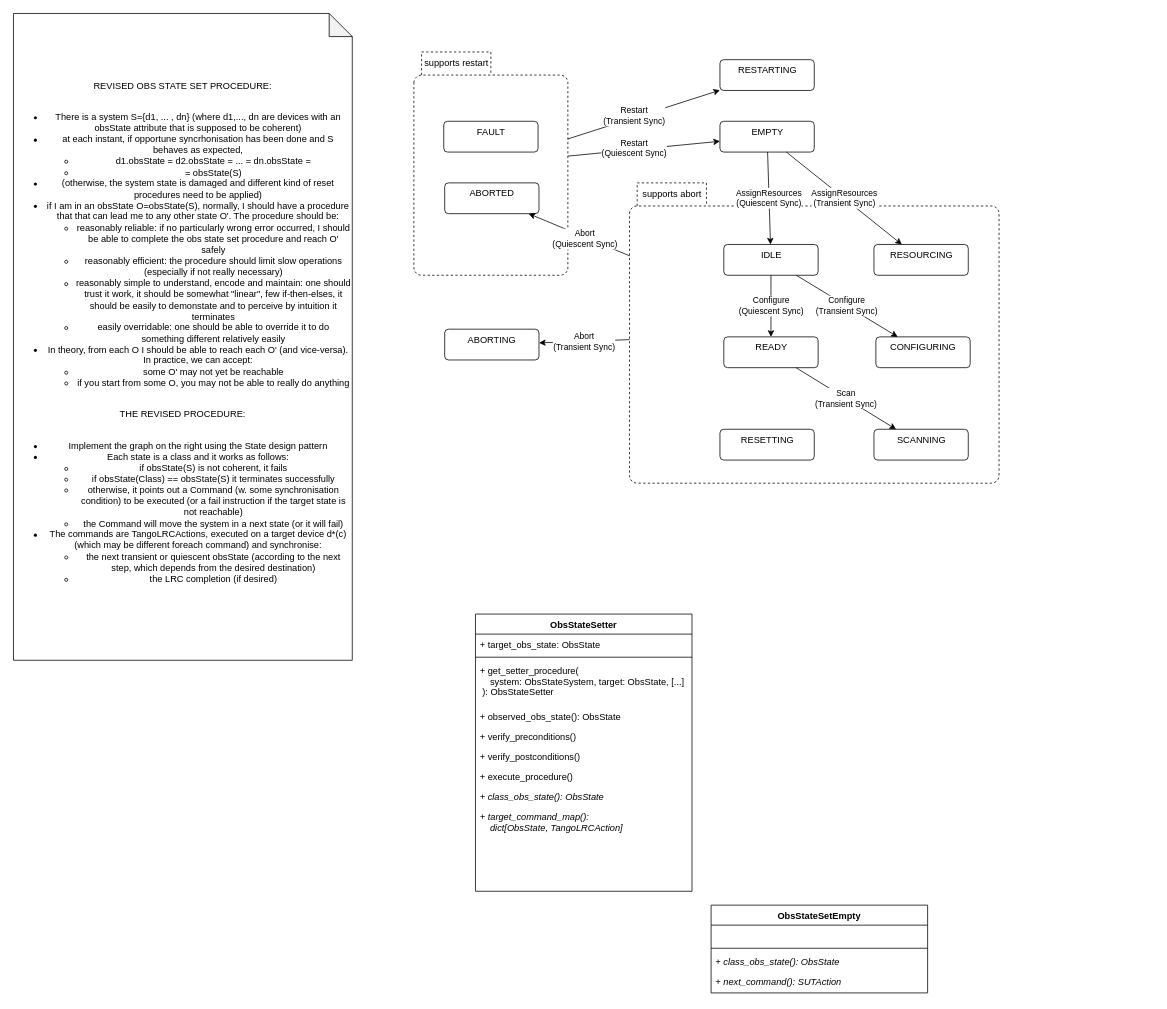
Before: page "OBS STATE" (3 of 3) of docs/uml/new-core.drawio in ska-telescope/ska-integration-test-harness, a draw.io diagram. Source tidied: cells renumbered, new cells numbered last; positions are measured from the earlier drawing's top-left corner, leaving out a move shared by most shapes. Both pictures are drawn from the tidied source at 77%, with x=0, y=0 at pixel (13, 13).
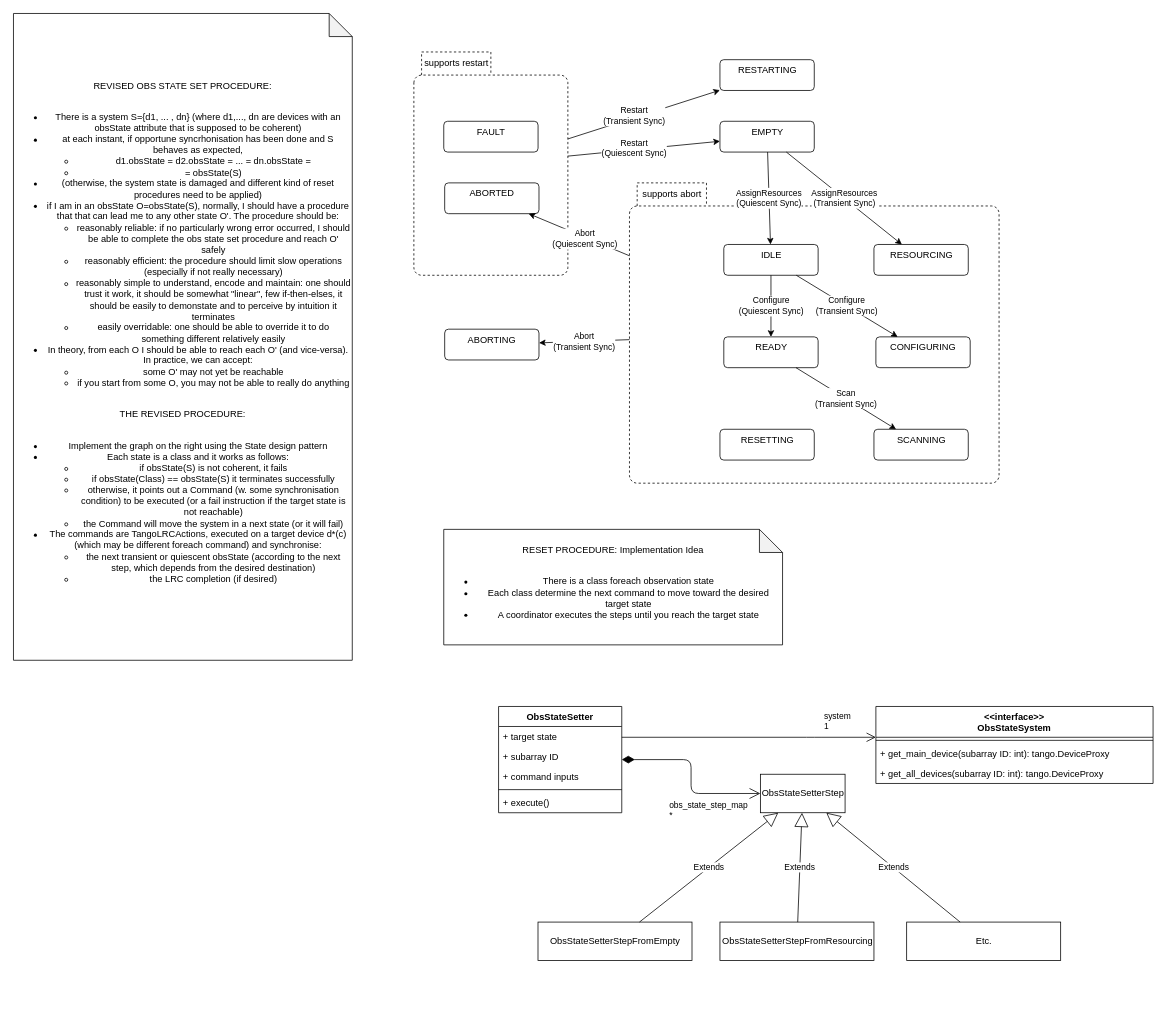
The same page after the edit.

Change to the diagram source:
```diff
@@
+    <mxCell id="40" value="RESET PROCEDURE: Implementation Idea&lt;br&gt;&lt;br&gt;&lt;ul&gt;&lt;li&gt;There is a class foreach observation state&lt;/li&gt;&lt;li&gt;Each class determine the next command to move toward the desired target state&lt;/li&gt;&lt;li&gt;A coordinator executes the steps until you reach the target state&lt;/li&gt;&lt;/ul&gt;" style="shape=note;whiteSpace=wrap;html=1;backgroundOutline=1;darkOpacity=0.05;" parent="1" vertex="1">
+      <mxGeometry x="558.8" y="670" width="440" height="150" as="geometry" />
+    </mxCell>
     <mxCell id="25" value="ObsStateSetter" style="swimlane;fontStyle=1;align=center;verticalAlign=top;horizontal=1;startSize=26;" parent="1" vertex="1">
-      <mxGeometry x="600" y="780" width="281.2" height="360" as="geometry" />
+      <mxGeometry x="630" y="900" width="160" height="138" as="geometry" />
     </mxCell>
-    <mxCell id="26" value="+ target_obs_state: ObsState" style="text;strokeColor=none;fillColor=none;align=left;verticalAlign=top;spacingLeft=4;spacingRight=4;overflow=hidden;" parent="25" vertex="1">
-      <mxGeometry y="26" width="281.2" height="26" as="geometry" />
-    </mxCell>
-    <mxCell id="27" style="line;strokeWidth=1;fillColor=none;align=left;verticalAlign=middle;spacingTop=-1;spacingLeft=3;spacingRight=3;labelPosition=right;strokeColor=inherit;" parent="25" vertex="1">
-      <mxGeometry y="52" width="281.2" height="8" as="geometry" />
-    </mxCell>
-    <mxCell id="28" value="+ get_setter_procedure(&#10;    system: ObsStateSystem, target: ObsState, [...]&#10; ): ObsStateSetter" style="text;strokeColor=none;fillColor=none;align=left;verticalAlign=top;spacingLeft=4;spacingRight=4;overflow=hidden;" parent="25" vertex="1">
-      <mxGeometry y="60" width="281.2" height="60" as="geometry" />
-    </mxCell>
-    <mxCell id="29" value="+ observed_obs_state(): ObsState" style="text;strokeColor=none;fillColor=none;align=left;verticalAlign=top;spacingLeft=4;spacingRight=4;overflow=hidden;" parent="25" vertex="1">
-      <mxGeometry y="120" width="281.2" height="26" as="geometry" />
-    </mxCell>
-    <mxCell id="30" value="+ verify_preconditions()" style="text;strokeColor=none;fillColor=none;align=left;verticalAlign=top;spacingLeft=4;spacingRight=4;overflow=hidden;" parent="25" vertex="1">
-      <mxGeometry y="146" width="281.2" height="26" as="geometry" />
-    </mxCell>
-    <mxCell id="31" value="+ verify_postconditions()" style="text;strokeColor=none;fillColor=none;align=left;verticalAlign=top;spacingLeft=4;spacingRight=4;overflow=hidden;" parent="25" vertex="1">
-      <mxGeometry y="172" width="281.2" height="26" as="geometry" />
-    </mxCell>
-    <mxCell id="32" value="+ execute_procedure()" style="text;strokeColor=none;fillColor=none;align=left;verticalAlign=top;spacingLeft=4;spacingRight=4;overflow=hidden;" parent="25" vertex="1">
-      <mxGeometry y="198" width="281.2" height="26" as="geometry" />
-    </mxCell>
-    <mxCell id="33" value="+ class_obs_state(): ObsState" style="text;strokeColor=none;fillColor=none;align=left;verticalAlign=top;spacingLeft=4;spacingRight=4;overflow=hidden;fontStyle=2;" parent="25" vertex="1">
-      <mxGeometry y="224" width="281.2" height="26" as="geometry" />
-    </mxCell>
-    <mxCell id="34" value="+ target_command_map():&#10;    dict[ObsState, TangoLRCAction]" style="text;strokeColor=none;fillColor=none;align=left;verticalAlign=top;spacingLeft=4;spacingRight=4;overflow=hidden;fontStyle=2;" parent="25" vertex="1">
-      <mxGeometry y="250" width="281.2" height="110" as="geometry" />
-    </mxCell>
-    <mxCell id="35" value="ObsStateSetEmpty" style="swimlane;fontStyle=1;align=center;verticalAlign=top;horizontal=1;startSize=26;" parent="1" vertex="1">
-      <mxGeometry x="906" y="1158" width="281.2" height="114" as="geometry" />
-    </mxCell>
-    <mxCell id="36" value=" " style="text;strokeColor=none;fillColor=none;align=left;verticalAlign=top;spacingLeft=4;spacingRight=4;overflow=hidden;" parent="35" vertex="1">
-      <mxGeometry y="26" width="281.2" height="26" as="geometry" />
-    </mxCell>
-    <mxCell id="37" style="line;strokeWidth=1;fillColor=none;align=left;verticalAlign=middle;spacingTop=-1;spacingLeft=3;spacingRight=3;labelPosition=right;strokeColor=inherit;" parent="35" vertex="1">
-      <mxGeometry y="52" width="281.2" height="8" as="geometry" />
-    </mxCell>
-    <mxCell id="38" value="+ class_obs_state(): ObsState" style="text;strokeColor=none;fillColor=none;align=left;verticalAlign=top;spacingLeft=4;spacingRight=4;overflow=hidden;fontStyle=2;" parent="35" vertex="1">
-      <mxGeometry y="60" width="281.2" height="26" as="geometry" />
-    </mxCell>
-    <mxCell id="39" value="+ next_command(): SUTAction" style="text;strokeColor=none;fillColor=none;align=left;verticalAlign=top;spacingLeft=4;spacingRight=4;overflow=hidden;fontStyle=2;" parent="35" vertex="1">
-      <mxGeometry y="86" width="281.2" height="28" as="geometry" />
-    </mxCell>
+    <mxCell id="41" value="+ target state" style="text;strokeColor=none;fillColor=none;align=left;verticalAlign=top;spacingLeft=4;spacingRight=4;overflow=hidden;" parent="25" vertex="1">
+      <mxGeometry y="26" width="160" height="26" as="geometry" />
+    </mxCell>
+    <mxCell id="42" value="+ subarray ID" style="text;strokeColor=none;fillColor=none;align=left;verticalAlign=top;spacingLeft=4;spacingRight=4;overflow=hidden;" parent="25" vertex="1">
+      <mxGeometry y="52" width="160" height="26" as="geometry" />
+    </mxCell>
+    <mxCell id="43" value="+ command inputs" style="text;strokeColor=none;fillColor=none;align=left;verticalAlign=top;spacingLeft=4;spacingRight=4;overflow=hidden;" parent="25" vertex="1">
+      <mxGeometry y="78" width="160" height="26" as="geometry" />
+    </mxCell>
+    <mxCell id="44" style="line;strokeWidth=1;fillColor=none;align=left;verticalAlign=middle;spacingTop=-1;spacingLeft=3;spacingRight=3;labelPosition=right;strokeColor=inherit;" parent="25" vertex="1">
+      <mxGeometry y="104" width="160" height="8" as="geometry" />
+    </mxCell>
+    <mxCell id="45" value="+ execute()" style="text;strokeColor=none;fillColor=none;align=left;verticalAlign=top;spacingLeft=4;spacingRight=4;overflow=hidden;" parent="25" vertex="1">
+      <mxGeometry y="112" width="160" height="26" as="geometry" />
+    </mxCell>
+    <mxCell id="46" value="ObsStateSetterStep" style="html=1;" parent="1" vertex="1">
+      <mxGeometry x="970" y="988" width="110" height="50" as="geometry" />
+    </mxCell>
+    <mxCell id="47" value="&lt;&lt;interface&gt;&gt;&#10;ObsStateSystem" style="swimlane;fontStyle=1;align=center;verticalAlign=top;horizontal=1;startSize=40;" parent="1" vertex="1">
+      <mxGeometry x="1120" y="900" width="360" height="100" as="geometry" />
+    </mxCell>
+    <mxCell id="48" style="line;strokeWidth=1;fillColor=none;align=left;verticalAlign=middle;spacingTop=-1;spacingLeft=3;spacingRight=3;labelPosition=right;strokeColor=inherit;" parent="47" vertex="1">
+      <mxGeometry y="40" width="360" height="8" as="geometry" />
+    </mxCell>
+    <mxCell id="49" value="+ get_main_device(subarray ID: int): tango.DeviceProxy" style="text;strokeColor=none;fillColor=none;align=left;verticalAlign=top;spacingLeft=4;spacingRight=4;overflow=hidden;" parent="47" vertex="1">
+      <mxGeometry y="48" width="360" height="26" as="geometry" />
+    </mxCell>
+    <mxCell id="50" value="+ get_all_devices(subarray ID: int): tango.DeviceProxy" style="text;strokeColor=none;fillColor=none;align=left;verticalAlign=top;spacingLeft=4;spacingRight=4;overflow=hidden;" parent="47" vertex="1">
+      <mxGeometry y="74" width="360" height="26" as="geometry" />
+    </mxCell>
+    <mxCell id="51" value="obs_state_step_map&lt;br&gt;*" style="endArrow=open;html=1;endSize=12;startArrow=diamondThin;startSize=14;startFill=1;edgeStyle=orthogonalEdgeStyle;align=left;verticalAlign=bottom;" parent="1" edge="1" source="25" target="46">
+      <mxGeometry x="0.2" y="-48" relative="1" as="geometry">
+        <mxPoint x="-30" y="-11" as="offset" />
+      </mxGeometry>
+    </mxCell>
+    <mxCell id="52" value="system&lt;br&gt;1" style="endArrow=open;endFill=0;html=1;edgeStyle=orthogonalEdgeStyle;align=left;verticalAlign=top;endSize=10;" parent="1" edge="1" source="25" target="47">
+      <mxGeometry x="0.58" y="40" relative="1" as="geometry">
+        <Array as="points">
+          <mxPoint x="1040" y="940" />
+          <mxPoint x="1040" y="940" />
+        </Array>
+      </mxGeometry>
+    </mxCell>
+    <mxCell id="53" value="ObsStateSetterStepFromEmpty" style="html=1;" parent="1" vertex="1">
+      <mxGeometry x="681.2" y="1180" width="200" height="50" as="geometry" />
+    </mxCell>
+    <mxCell id="54" value="ObsStateSetterStepFromResourcing" style="html=1;" parent="1" vertex="1">
+      <mxGeometry x="917.5" y="1180" width="200" height="50" as="geometry" />
+    </mxCell>
+    <mxCell id="55" value="Etc." style="html=1;" parent="1" vertex="1">
+      <mxGeometry x="1160" y="1180" width="200" height="50" as="geometry" />
+    </mxCell>
+    <mxCell id="56" value="Extends" style="endArrow=block;endSize=16;endFill=0;html=1;" parent="1" edge="1" source="53" target="46">
+      <mxGeometry relative="1" as="geometry" />
+    </mxCell>
+    <mxCell id="57" value="Extends" style="endArrow=block;endSize=16;endFill=0;html=1;" parent="1" edge="1" source="54" target="46">
+      <mxGeometry relative="1" as="geometry" />
+    </mxCell>
+    <mxCell id="58" value="Extends" style="endArrow=block;endSize=16;endFill=0;html=1;" parent="1" edge="1" source="55" target="46">
+      <mxGeometry relative="1" as="geometry" />
+    </mxCell>
```
